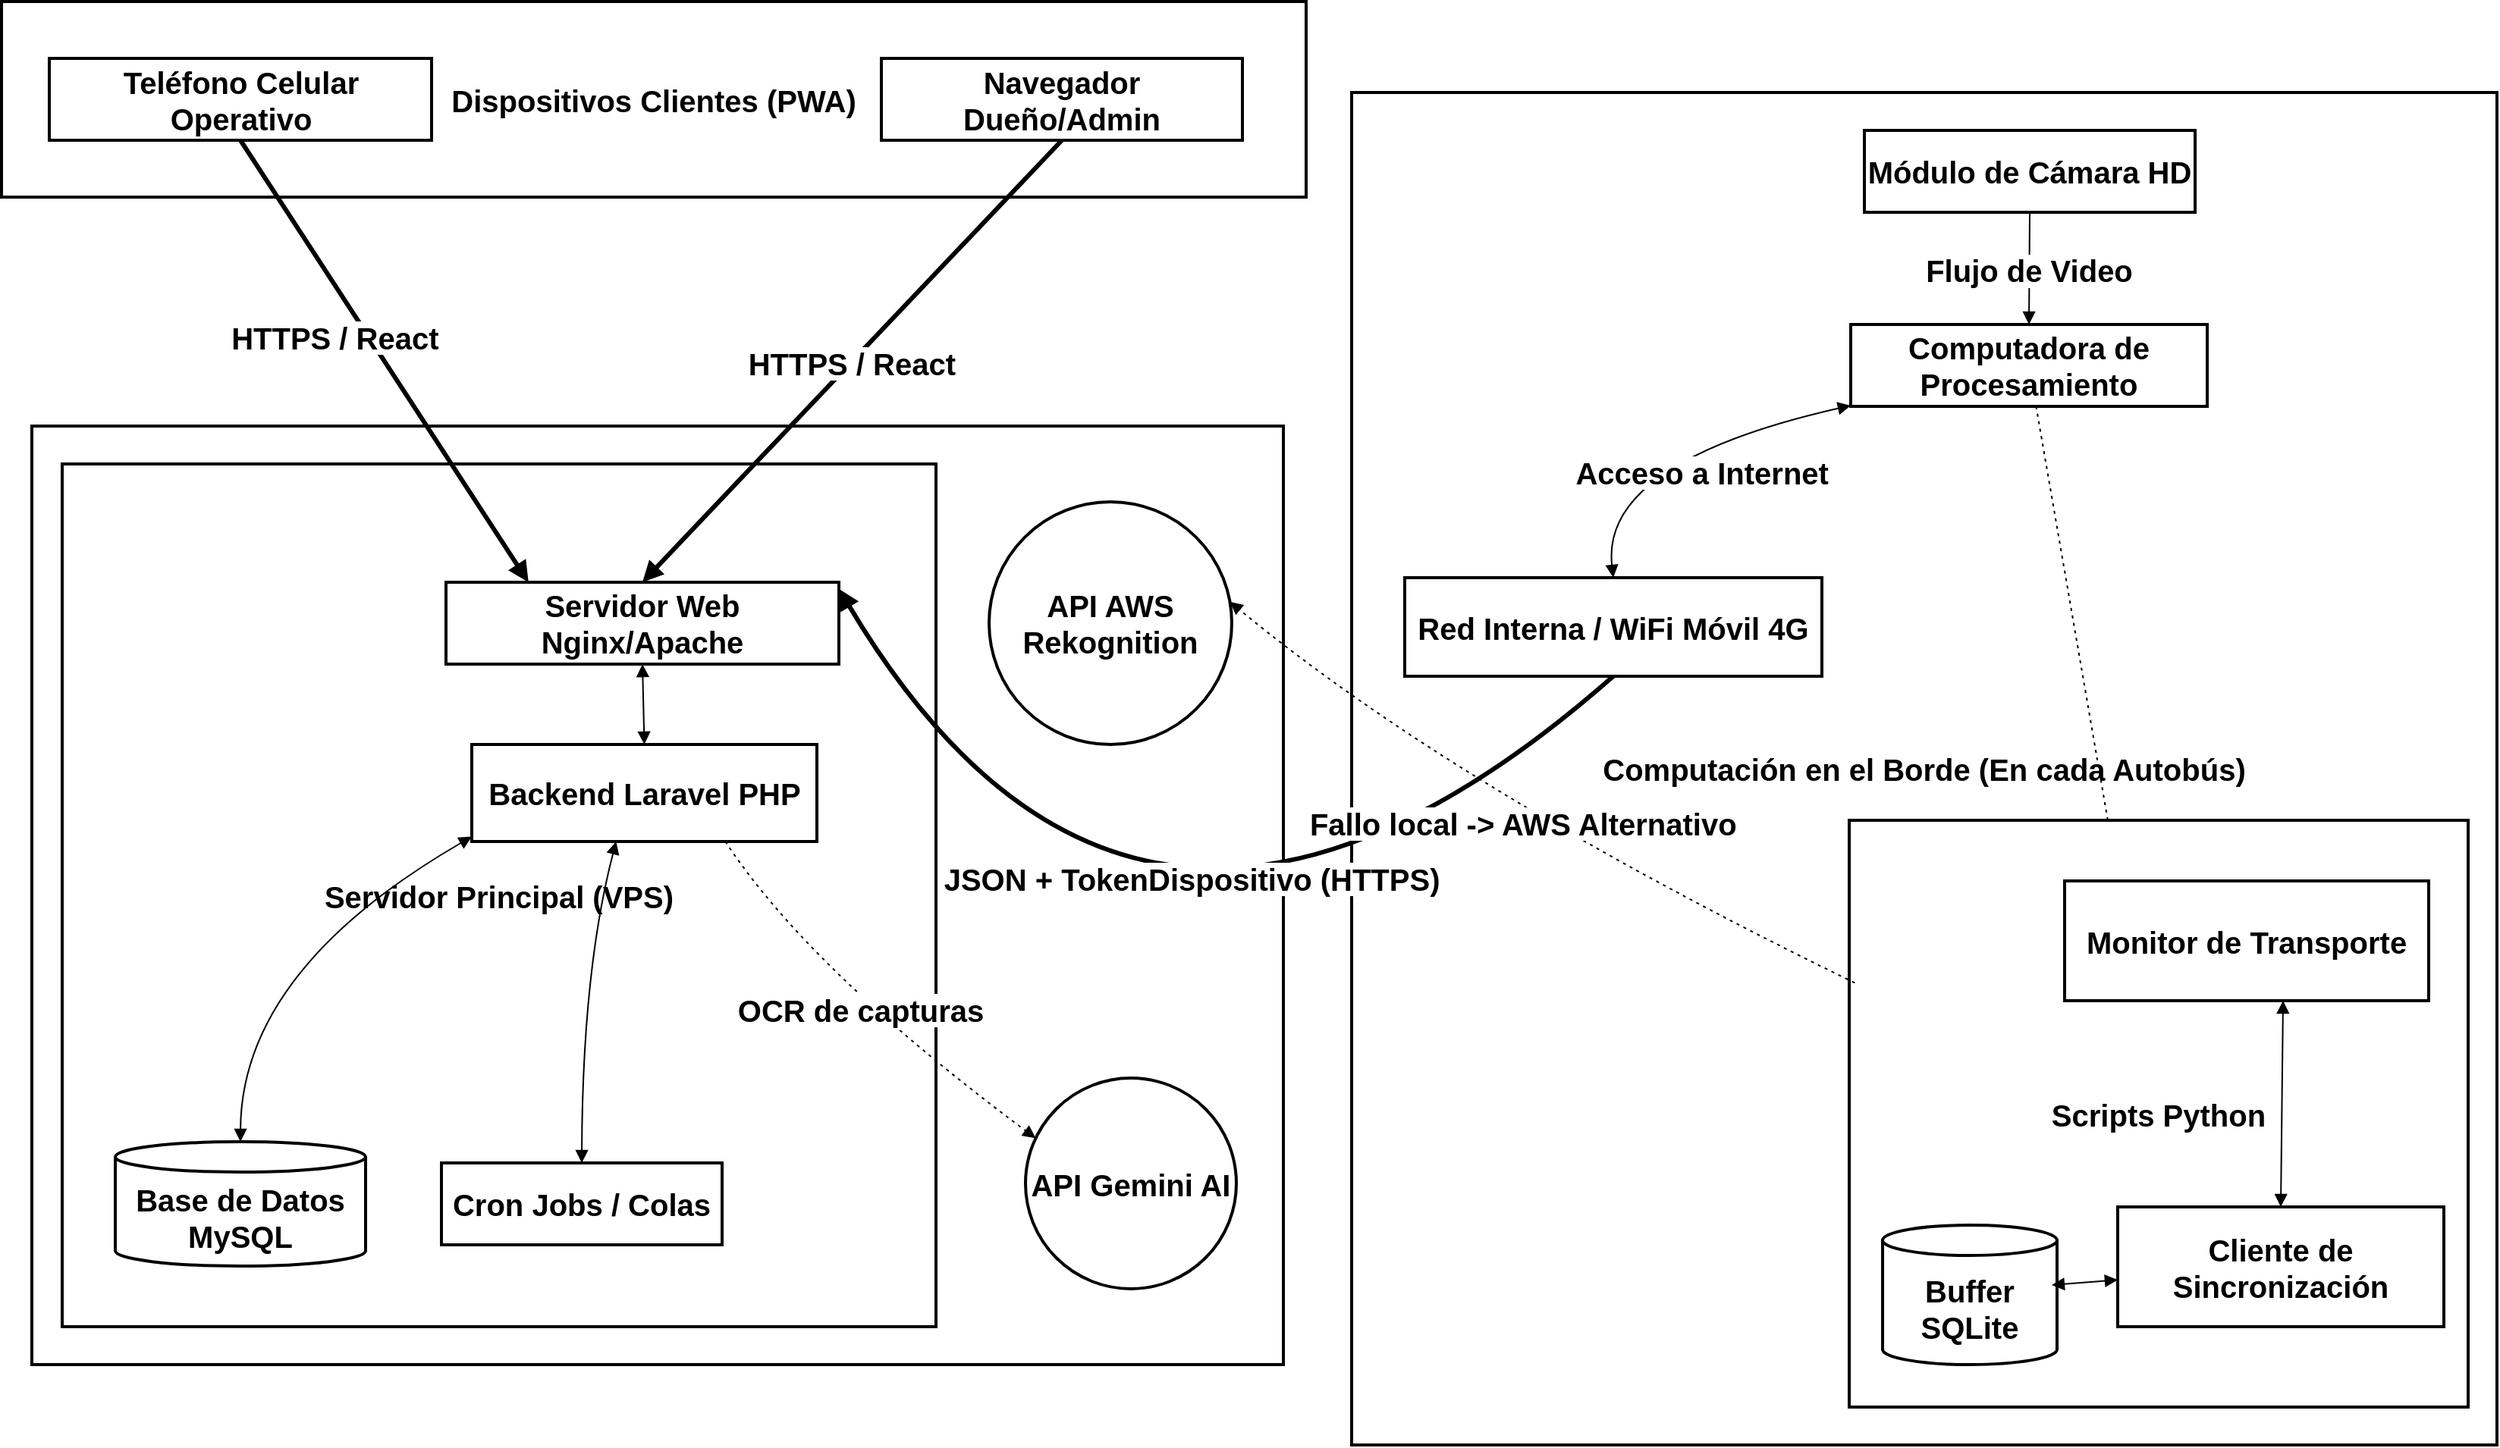
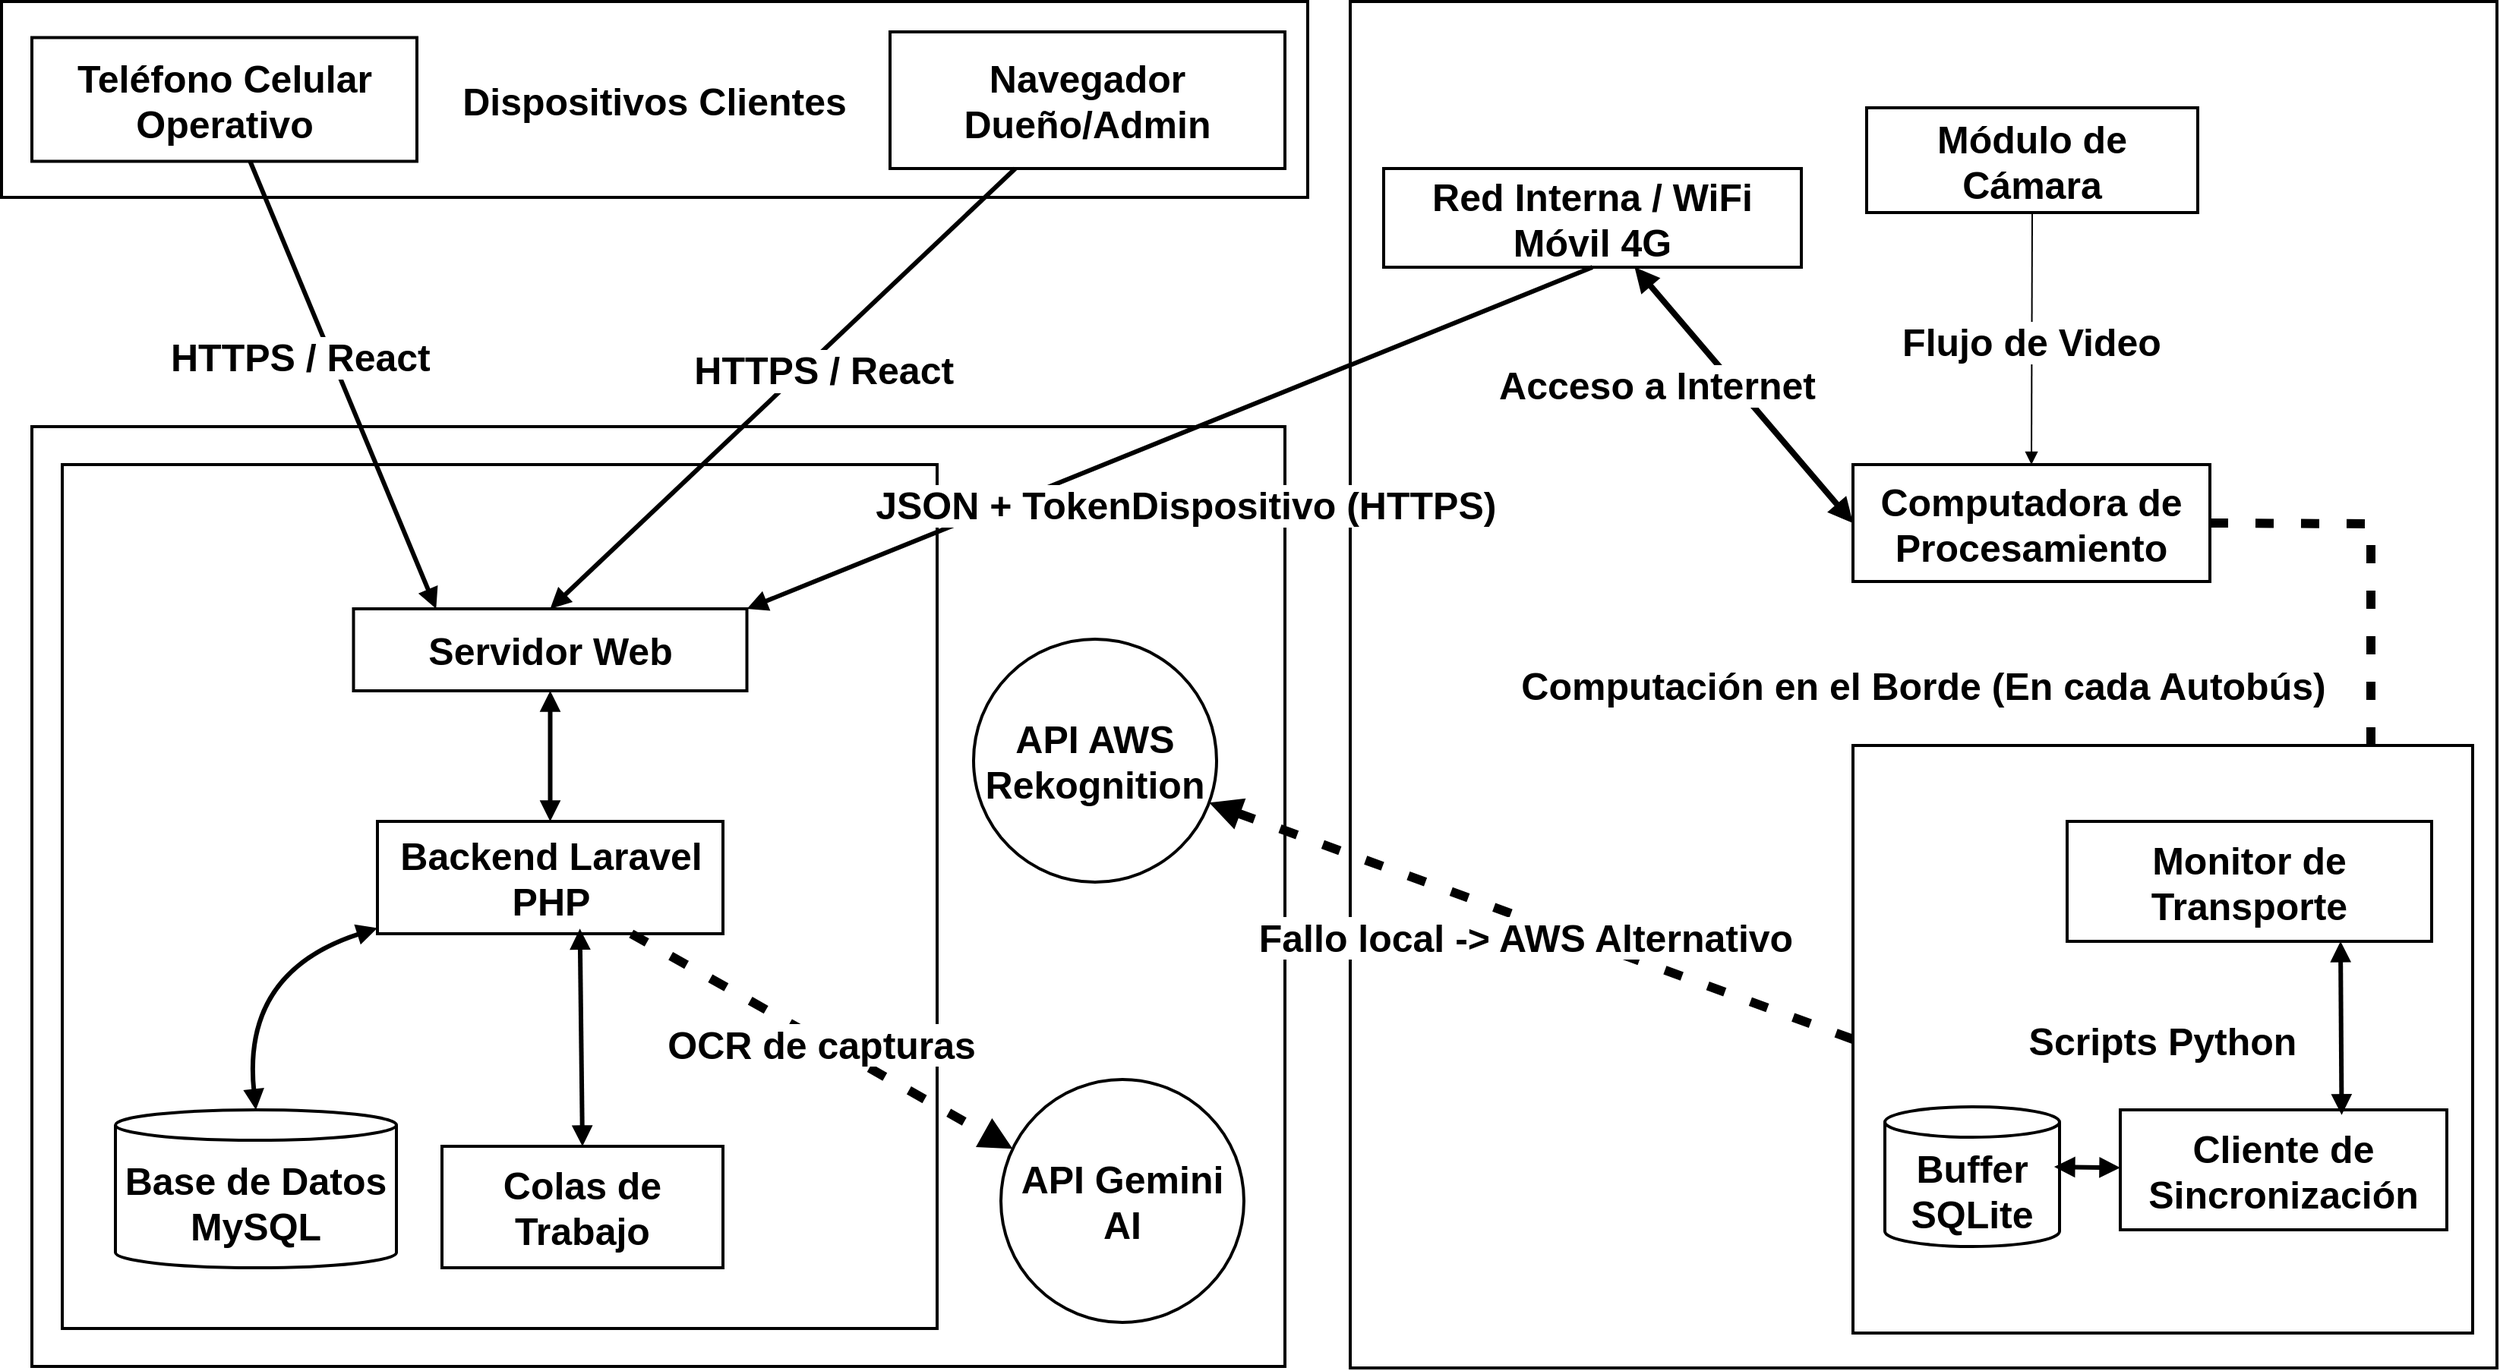
- <mxfile host="Electron" agent="Mozilla/5.0 (Windows NT 10.0; Win64; x64) AppleWebKit/537.36 (KHTML, like Gecko) draw.io/29.6.1 Chrome/142.0.7444.265 Electron/39.8.0 Safari/537.36" version="29.6.1">
+ <mxfile host="Electron" agent="Mozilla/5.0 (Windows NT 10.0; Win64; x64) AppleWebKit/537.36 (KHTML, like Gecko) draw.io/29.6.1 Chrome/142.0.7444.265 Electron/39.8.0 Safari/537.36">
  <diagram name="Page-1" id="AmCP1pQCcW21S3lEU5xP">
-     <mxGraphModel dx="2458" dy="1509" grid="1" gridSize="10" guides="1" tooltips="1" connect="1" arrows="1" fold="1" page="1" pageScale="1" pageWidth="850" pageHeight="1100" math="0" shadow="0">
+     <mxGraphModel dx="1683" dy="1017" grid="1" gridSize="10" guides="1" tooltips="1" connect="1" arrows="1" fold="1" page="1" pageScale="1" pageWidth="850" pageHeight="1100" math="0" shadow="0">
      <root>
        <mxCell id="0" />
        <mxCell id="1" parent="0" />
-         <mxCell id="bdEZDOvshe5MqiUXddJk-1" parent="1" style="whiteSpace=wrap;strokeWidth=2;fontSize=20;fontStyle=1" value="Dispositivos Clientes (PWA)" vertex="1">
+         <mxCell id="bdEZDOvshe5MqiUXddJk-1" parent="1" style="whiteSpace=wrap;strokeWidth=2;fontSize=25;fontStyle=1" value="Dispositivos Clientes" vertex="1">
          <mxGeometry height="129" width="860" x="10" y="80" as="geometry" />
        </mxCell>
-         <mxCell id="bdEZDOvshe5MqiUXddJk-2" parent="1" style="whiteSpace=wrap;strokeWidth=2;fontSize=20;fontStyle=1" value="Nube / Infraestructura Central" vertex="1">
+         <mxCell id="bdEZDOvshe5MqiUXddJk-2" parent="1" style="whiteSpace=wrap;strokeWidth=2;fontSize=25;fontStyle=1" value="Nube / Infraestructura Central" vertex="1">
          <mxGeometry height="619" width="825" x="30" y="360" as="geometry" />
        </mxCell>
-         <mxCell id="bdEZDOvshe5MqiUXddJk-3" parent="1" style="whiteSpace=wrap;strokeWidth=2;fontSize=20;fontStyle=1" value="Servidor Principal (VPS)" vertex="1">
+         <mxCell id="bdEZDOvshe5MqiUXddJk-3" parent="1" style="whiteSpace=wrap;strokeWidth=2;fontSize=25;fontStyle=1" value="" vertex="1">
          <mxGeometry height="569" width="576" x="50" y="385" as="geometry" />
        </mxCell>
-         <mxCell id="bdEZDOvshe5MqiUXddJk-4" parent="1" style="whiteSpace=wrap;strokeWidth=2;fontSize=20;fontStyle=1" value="Computación en el Borde (En cada Autobús)" vertex="1">
-           <mxGeometry height="892" width="755" x="900" y="140" as="geometry" />
+         <mxCell id="bdEZDOvshe5MqiUXddJk-4" parent="1" style="whiteSpace=wrap;strokeWidth=2;fontSize=25;fontStyle=1" value="Computación en el Borde (En cada Autobús)" vertex="1">
+           <mxGeometry height="900" width="755" x="898" y="80" as="geometry" />
        </mxCell>
-         <mxCell id="bdEZDOvshe5MqiUXddJk-5" parent="1" style="whiteSpace=wrap;strokeWidth=2;fontSize=20;fontStyle=1" value="Scripts Python" vertex="1">
-           <mxGeometry height="387" width="408" x="1228" y="620" as="geometry" />
+         <mxCell id="bdEZDOvshe5MqiUXddJk-5" parent="1" style="whiteSpace=wrap;strokeWidth=2;fontSize=25;fontStyle=1" value="Scripts Python" vertex="1">
+           <mxGeometry height="387" width="408" x="1229" y="570" as="geometry" />
        </mxCell>
-         <mxCell id="bdEZDOvshe5MqiUXddJk-6" parent="1" style="whiteSpace=wrap;strokeWidth=2;fontSize=20;fontStyle=1" value="Computadora de Procesamiento" vertex="1">
-           <mxGeometry height="54" width="235" x="1229" y="293" as="geometry" />
+         <mxCell id="bdEZDOvshe5MqiUXddJk-6" parent="1" style="whiteSpace=wrap;strokeWidth=2;fontSize=25;fontStyle=1" value="Computadora de Procesamiento" vertex="1">
+           <mxGeometry height="77" width="235" x="1229" y="385" as="geometry" />
        </mxCell>
-         <mxCell id="bdEZDOvshe5MqiUXddJk-7" parent="1" style="whiteSpace=wrap;strokeWidth=2;fontSize=20;fontStyle=1" value="Módulo de Cámara HD" vertex="1">
-           <mxGeometry height="54" width="218" x="1238" y="165" as="geometry" />
+         <mxCell id="bdEZDOvshe5MqiUXddJk-7" parent="1" style="whiteSpace=wrap;strokeWidth=2;fontSize=25;fontStyle=1" value="Módulo de Cámara" vertex="1">
+           <mxGeometry height="69" width="218" x="1238" y="150" as="geometry" />
        </mxCell>
-         <mxCell id="bdEZDOvshe5MqiUXddJk-8" parent="1" style="whiteSpace=wrap;strokeWidth=2;fontSize=20;fontStyle=1" value="Red Interna / WiFi Móvil 4G" vertex="1">
-           <mxGeometry height="65" width="275" x="935" y="460" as="geometry" />
+         <mxCell id="bdEZDOvshe5MqiUXddJk-8" parent="1" style="whiteSpace=wrap;strokeWidth=2;fontSize=25;fontStyle=1" value="Red Interna / WiFi Móvil 4G" vertex="1">
+           <mxGeometry height="65" width="275" x="920" y="190" as="geometry" />
        </mxCell>
-         <mxCell id="bdEZDOvshe5MqiUXddJk-9" parent="1" style="whiteSpace=wrap;strokeWidth=2;fontSize=20;fontStyle=1" value="Monitor de Transporte" vertex="1">
-           <mxGeometry height="79" width="240" x="1370" y="660" as="geometry" />
+         <mxCell id="bdEZDOvshe5MqiUXddJk-9" parent="1" style="whiteSpace=wrap;strokeWidth=2;fontSize=25;fontStyle=1" value="Monitor de Transporte" vertex="1">
+           <mxGeometry height="79" width="240" x="1370" y="620" as="geometry" />
        </mxCell>
-         <mxCell id="bdEZDOvshe5MqiUXddJk-10" parent="1" style="whiteSpace=wrap;strokeWidth=2;fontSize=20;fontStyle=1" value="Cliente de Sincronización" vertex="1">
-           <mxGeometry height="79" width="215" x="1405" y="875" as="geometry" />
+         <mxCell id="bdEZDOvshe5MqiUXddJk-10" parent="1" style="whiteSpace=wrap;strokeWidth=2;fontSize=25;fontStyle=1" value="Cliente de Sincronización" vertex="1">
+           <mxGeometry height="79" width="215" x="1405" y="810" as="geometry" />
        </mxCell>
-         <mxCell id="bdEZDOvshe5MqiUXddJk-11" parent="1" style="shape=cylinder3;boundedLbl=1;backgroundOutline=1;size=10;strokeWidth=2;whiteSpace=wrap;fontSize=20;fontStyle=1" value="Buffer SQLite" vertex="1">
-           <mxGeometry height="92" width="115" x="1250" y="887" as="geometry" />
+         <mxCell id="bdEZDOvshe5MqiUXddJk-11" parent="1" style="shape=cylinder3;boundedLbl=1;backgroundOutline=1;size=10;strokeWidth=2;whiteSpace=wrap;fontSize=25;fontStyle=1" value="Buffer SQLite" vertex="1">
+           <mxGeometry height="92" width="115" x="1250" y="808" as="geometry" />
        </mxCell>
-         <mxCell id="bdEZDOvshe5MqiUXddJk-12" parent="1" style="whiteSpace=wrap;strokeWidth=2;fontSize=20;fontStyle=1" value="Servidor Web Nginx/Apache" vertex="1">
-           <mxGeometry height="54" width="259" x="303" y="463" as="geometry" />
+         <mxCell id="bdEZDOvshe5MqiUXddJk-12" parent="1" style="whiteSpace=wrap;strokeWidth=2;fontSize=25;fontStyle=1" value="Servidor Web" vertex="1">
+           <mxGeometry height="54" width="259" x="241.75" y="480" as="geometry" />
        </mxCell>
-         <mxCell id="bdEZDOvshe5MqiUXddJk-13" parent="1" style="whiteSpace=wrap;strokeWidth=2;fontSize=20;fontStyle=1" value="Backend Laravel PHP" vertex="1">
-           <mxGeometry height="64" width="227.5" x="320" y="570" as="geometry" />
+         <mxCell id="bdEZDOvshe5MqiUXddJk-13" parent="1" style="whiteSpace=wrap;strokeWidth=2;fontSize=25;fontStyle=1" value="Backend Laravel PHP" vertex="1">
+           <mxGeometry height="74" width="227.5" x="257.5" y="620" as="geometry" />
        </mxCell>
-         <mxCell id="bdEZDOvshe5MqiUXddJk-14" parent="1" style="shape=cylinder3;boundedLbl=1;backgroundOutline=1;size=10;strokeWidth=2;whiteSpace=wrap;fontSize=20;fontStyle=1" value="Base de Datos MySQL" vertex="1">
-           <mxGeometry height="82" width="165" x="85" y="832" as="geometry" />
+         <mxCell id="bdEZDOvshe5MqiUXddJk-14" parent="1" style="shape=cylinder3;boundedLbl=1;backgroundOutline=1;size=10;strokeWidth=2;whiteSpace=wrap;fontSize=25;fontStyle=1" value="Base de Datos MySQL" vertex="1">
+           <mxGeometry height="104" width="185" x="85" y="810" as="geometry" />
        </mxCell>
-         <mxCell id="bdEZDOvshe5MqiUXddJk-15" parent="1" style="whiteSpace=wrap;strokeWidth=2;fontSize=20;fontStyle=1" value="Cron Jobs / Colas" vertex="1">
-           <mxGeometry height="54" width="185" x="300" y="846" as="geometry" />
+         <mxCell id="bdEZDOvshe5MqiUXddJk-15" parent="1" style="whiteSpace=wrap;strokeWidth=2;fontSize=25;fontStyle=1" value="Colas de Trabajo" vertex="1">
+           <mxGeometry height="80" width="185" x="300" y="834" as="geometry" />
        </mxCell>
-         <mxCell id="bdEZDOvshe5MqiUXddJk-16" parent="1" style="ellipse;aspect=fixed;strokeWidth=2;whiteSpace=wrap;fontSize=20;fontStyle=1" value="API Gemini AI" vertex="1">
-           <mxGeometry height="139" width="139" x="685" y="790" as="geometry" />
+         <mxCell id="bdEZDOvshe5MqiUXddJk-16" parent="1" style="ellipse;aspect=fixed;strokeWidth=2;whiteSpace=wrap;fontSize=25;fontStyle=1" value="API Gemini AI" vertex="1">
+           <mxGeometry height="160" width="160" x="668" y="790" as="geometry" />
        </mxCell>
-         <mxCell id="bdEZDOvshe5MqiUXddJk-17" parent="1" style="ellipse;aspect=fixed;strokeWidth=2;whiteSpace=wrap;fontSize=20;fontStyle=1" value="API AWS Rekognition" vertex="1">
-           <mxGeometry height="160" width="160" x="661" y="410" as="geometry" />
+         <mxCell id="bdEZDOvshe5MqiUXddJk-17" parent="1" style="ellipse;aspect=fixed;strokeWidth=2;whiteSpace=wrap;fontSize=25;fontStyle=1" value="API AWS Rekognition" vertex="1">
+           <mxGeometry height="160" width="160" x="650" y="500" as="geometry" />
        </mxCell>
-         <mxCell id="bdEZDOvshe5MqiUXddJk-18" parent="1" style="whiteSpace=wrap;strokeWidth=2;fontSize=20;fontStyle=1" value="Teléfono Celular Operativo" vertex="1">
-           <mxGeometry height="54" width="252" x="41.5" y="117.5" as="geometry" />
+         <mxCell id="bdEZDOvshe5MqiUXddJk-18" parent="1" style="whiteSpace=wrap;strokeWidth=2;fontSize=25;fontStyle=1" value="Teléfono Celular Operativo" vertex="1">
+           <mxGeometry height="81.5" width="253.5" x="30" y="103.75" as="geometry" />
        </mxCell>
-         <mxCell id="bdEZDOvshe5MqiUXddJk-19" parent="1" style="whiteSpace=wrap;strokeWidth=2;fontSize=20;fontStyle=1" value="Navegador Dueño/Admin" vertex="1">
-           <mxGeometry height="54" width="238" x="590" y="117.5" as="geometry" />
+         <mxCell id="bdEZDOvshe5MqiUXddJk-19" parent="1" style="whiteSpace=wrap;strokeWidth=2;fontSize=25;fontStyle=1" value="Navegador Dueño/Admin" vertex="1">
+           <mxGeometry height="90" width="260" x="595" y="100" as="geometry" />
        </mxCell>
-         <mxCell id="bdEZDOvshe5MqiUXddJk-20" edge="1" parent="1" source="bdEZDOvshe5MqiUXddJk-7" style="curved=1;startArrow=none;endArrow=block;exitX=0.5;exitY=1;entryX=0.5;entryY=0;rounded=0;fontSize=20;fontStyle=1" target="bdEZDOvshe5MqiUXddJk-6" value="Flujo de Video">
+         <mxCell id="bdEZDOvshe5MqiUXddJk-20" edge="1" parent="1" source="bdEZDOvshe5MqiUXddJk-7" style="curved=1;startArrow=none;endArrow=block;exitX=0.5;exitY=1;entryX=0.5;entryY=0;rounded=0;fontSize=25;fontStyle=1" target="bdEZDOvshe5MqiUXddJk-6" value="Flujo de Video">
          <mxGeometry relative="1" as="geometry">
            <Array as="points" />
          </mxGeometry>
        </mxCell>
-         <mxCell id="bdEZDOvshe5MqiUXddJk-21" edge="1" parent="1" source="bdEZDOvshe5MqiUXddJk-6" style="curved=1;startArrow=block;endArrow=block;exitX=0;exitY=0.99;entryX=0.5;entryY=0;rounded=0;fontSize=20;fontStyle=1" target="bdEZDOvshe5MqiUXddJk-8" value="Acceso a Internet">
-           <mxGeometry relative="1" x="-0.1356" y="20" as="geometry">
-             <mxPoint x="1" as="offset" />
-             <Array as="points">
-               <mxPoint x="1064" y="384" />
-             </Array>
-           </mxGeometry>
-         </mxCell>
-         <mxCell id="bdEZDOvshe5MqiUXddJk-22" edge="1" parent="1" source="bdEZDOvshe5MqiUXddJk-9" style="curved=1;startArrow=block;endArrow=block;exitX=0.6;exitY=1;entryX=0.5;entryY=0;rounded=0;fontSize=20;fontStyle=1" target="bdEZDOvshe5MqiUXddJk-10" value="">
-           <mxGeometry relative="1" as="geometry">
+         <mxCell id="bdEZDOvshe5MqiUXddJk-21" edge="1" parent="1" source="bdEZDOvshe5MqiUXddJk-6" style="curved=1;startArrow=block;endArrow=block;exitX=0;exitY=0.5;rounded=0;fontSize=25;fontStyle=1;strokeWidth=4;exitDx=0;exitDy=0;" target="bdEZDOvshe5MqiUXddJk-8" value="Acceso a Internet">
+           <mxGeometry relative="1" x="0.3983" y="37" as="geometry">
+             <mxPoint y="1" as="offset" />
            <Array as="points" />
          </mxGeometry>
        </mxCell>
-         <mxCell id="bdEZDOvshe5MqiUXddJk-23" edge="1" parent="1" source="bdEZDOvshe5MqiUXddJk-10" style="curved=1;startArrow=block;endArrow=block;entryX=0.969;entryY=0.43;rounded=0;fontSize=20;fontStyle=1;entryDx=0;entryDy=0;entryPerimeter=0;" target="bdEZDOvshe5MqiUXddJk-11" value="">
+         <mxCell id="bdEZDOvshe5MqiUXddJk-22" edge="1" parent="1" source="bdEZDOvshe5MqiUXddJk-9" style="curved=1;startArrow=block;endArrow=block;exitX=0.75;exitY=1;rounded=0;fontSize=25;fontStyle=1;strokeWidth=3;exitDx=0;exitDy=0;entryX=0.678;entryY=0.043;entryDx=0;entryDy=0;entryPerimeter=0;" target="bdEZDOvshe5MqiUXddJk-10" value="">
+           <mxGeometry relative="1" as="geometry">
+             <Array as="points" />
+             <mxPoint x="1550" y="870" as="targetPoint" />
+           </mxGeometry>
+         </mxCell>
+         <mxCell id="bdEZDOvshe5MqiUXddJk-23" edge="1" parent="1" source="bdEZDOvshe5MqiUXddJk-10" style="curved=1;startArrow=block;endArrow=block;entryX=0.969;entryY=0.43;rounded=0;fontSize=25;fontStyle=1;entryDx=0;entryDy=0;entryPerimeter=0;strokeWidth=3;" target="bdEZDOvshe5MqiUXddJk-11" value="">
          <mxGeometry relative="1" as="geometry">
            <Array as="points" />
            <mxPoint x="1410" y="920" as="sourcePoint" />
          </mxGeometry>
        </mxCell>
-         <mxCell id="bdEZDOvshe5MqiUXddJk-24" edge="1" parent="1" source="bdEZDOvshe5MqiUXddJk-12" style="curved=1;startArrow=block;endArrow=block;exitX=0.5;exitY=1;entryX=0.5;entryY=-0.01;rounded=0;fontSize=20;fontStyle=1" target="bdEZDOvshe5MqiUXddJk-13" value="">
+         <mxCell id="bdEZDOvshe5MqiUXddJk-24" edge="1" parent="1" source="bdEZDOvshe5MqiUXddJk-12" style="curved=1;startArrow=block;endArrow=block;exitX=0.5;exitY=1;entryX=0.5;entryY=-0.01;rounded=0;fontSize=25;fontStyle=1;strokeWidth=3;" target="bdEZDOvshe5MqiUXddJk-13" value="">
          <mxGeometry relative="1" as="geometry">
            <Array as="points" />
          </mxGeometry>
        </mxCell>
-         <mxCell id="bdEZDOvshe5MqiUXddJk-25" edge="1" parent="1" source="bdEZDOvshe5MqiUXddJk-13" style="curved=1;startArrow=block;endArrow=block;exitX=0;exitY=0.95;entryX=0.5;entryY=0.01;rounded=0;fontSize=20;fontStyle=1" target="bdEZDOvshe5MqiUXddJk-14" value="">
+         <mxCell id="bdEZDOvshe5MqiUXddJk-25" edge="1" parent="1" source="bdEZDOvshe5MqiUXddJk-13" style="curved=1;startArrow=block;endArrow=block;exitX=0;exitY=0.95;entryX=0.5;entryY=0.01;rounded=0;fontSize=25;fontStyle=1;strokeWidth=3;" target="bdEZDOvshe5MqiUXddJk-14" value="">
          <mxGeometry relative="1" as="geometry">
            <Array as="points">
              <mxPoint x="168" y="719" />
            </Array>
          </mxGeometry>
        </mxCell>
-         <mxCell id="bdEZDOvshe5MqiUXddJk-26" edge="1" parent="1" source="bdEZDOvshe5MqiUXddJk-13" style="curved=1;startArrow=block;endArrow=block;exitX=0.42;exitY=0.99;entryX=0.5;entryY=0.01;rounded=0;fontSize=20;fontStyle=1" target="bdEZDOvshe5MqiUXddJk-15" value="">
+         <mxCell id="bdEZDOvshe5MqiUXddJk-26" edge="1" parent="1" source="bdEZDOvshe5MqiUXddJk-13" style="curved=1;startArrow=block;endArrow=block;exitX=0.586;exitY=0.955;entryX=0.5;entryY=0.01;rounded=0;fontSize=25;fontStyle=1;strokeWidth=3;exitDx=0;exitDy=0;exitPerimeter=0;" target="bdEZDOvshe5MqiUXddJk-15" value="">
          <mxGeometry relative="1" as="geometry">
-             <Array as="points">
-               <mxPoint x="393" y="719" />
-             </Array>
+             <Array as="points" />
          </mxGeometry>
        </mxCell>
-         <mxCell id="bdEZDOvshe5MqiUXddJk-27" edge="1" parent="1" source="bdEZDOvshe5MqiUXddJk-8" style="curved=1;startArrow=none;endArrow=block;strokeWidth=3;exitX=0.5;exitY=1;entryX=1;entryY=0.08;rounded=0;fontSize=20;fontStyle=1" target="bdEZDOvshe5MqiUXddJk-12" value="JSON + TokenDispositivo (HTTPS)">
-           <mxGeometry relative="1" x="-0.2629" y="-84" as="geometry">
+         <mxCell id="bdEZDOvshe5MqiUXddJk-27" edge="1" parent="1" source="bdEZDOvshe5MqiUXddJk-8" style="curved=1;startArrow=none;endArrow=block;strokeWidth=3;entryX=1;entryY=0;rounded=0;fontSize=25;fontStyle=1;entryDx=0;entryDy=0;exitX=0.5;exitY=1;exitDx=0;exitDy=0;" target="bdEZDOvshe5MqiUXddJk-12" value="JSON + TokenDispositivo (HTTPS)">
+           <mxGeometry relative="1" x="0.0195" y="43" as="geometry">
            <mxPoint as="offset" />
-             <Array as="points">
-               <mxPoint x="760" y="800" />
-             </Array>
+             <Array as="points" />
          </mxGeometry>
        </mxCell>
-         <mxCell id="bdEZDOvshe5MqiUXddJk-28" edge="1" parent="1" source="bdEZDOvshe5MqiUXddJk-18" style="curved=1;startArrow=none;endArrow=block;strokeWidth=3;exitX=0.5;exitY=1;entryX=0.21;entryY=0;rounded=0;fontSize=20;fontStyle=1" target="bdEZDOvshe5MqiUXddJk-12" value="HTTPS / React">
+         <mxCell id="bdEZDOvshe5MqiUXddJk-28" edge="1" parent="1" source="bdEZDOvshe5MqiUXddJk-18" style="curved=1;startArrow=none;endArrow=block;strokeWidth=3;entryX=0.21;entryY=0;rounded=0;fontSize=25;fontStyle=1" target="bdEZDOvshe5MqiUXddJk-12" value="HTTPS / React">
          <mxGeometry relative="1" x="-0.1849" y="-18" as="geometry">
            <mxPoint as="offset" />
            <Array as="points" />
          </mxGeometry>
        </mxCell>
-         <mxCell id="bdEZDOvshe5MqiUXddJk-29" edge="1" parent="1" source="bdEZDOvshe5MqiUXddJk-19" style="curved=1;startArrow=none;endArrow=block;strokeWidth=3;exitX=0.5;exitY=1;entryX=0.5;entryY=0;rounded=0;fontSize=20;fontStyle=1" target="bdEZDOvshe5MqiUXddJk-12" value="HTTPS / React">
+         <mxCell id="bdEZDOvshe5MqiUXddJk-29" edge="1" parent="1" source="bdEZDOvshe5MqiUXddJk-19" style="curved=1;startArrow=none;endArrow=block;strokeWidth=3;entryX=0.5;entryY=0;rounded=0;fontSize=25;fontStyle=1" target="bdEZDOvshe5MqiUXddJk-12" value="HTTPS / React">
+           <mxGeometry relative="1" x="-0.1429" y="9" as="geometry">
+             <mxPoint x="-1" as="offset" />
+             <Array as="points" />
+           </mxGeometry>
+         </mxCell>
+         <mxCell id="bdEZDOvshe5MqiUXddJk-30" edge="1" parent="1" source="bdEZDOvshe5MqiUXddJk-13" style="curved=1;dashed=1;dashPattern=2 3;startArrow=none;endArrow=block;exitX=0.73;exitY=0.99;entryX=0;entryY=0.26;rounded=0;fontSize=25;fontStyle=1;strokeWidth=6;" target="bdEZDOvshe5MqiUXddJk-16" value="OCR de capturas">
          <mxGeometry relative="1" as="geometry">
            <Array as="points" />
          </mxGeometry>
        </mxCell>
-         <mxCell id="bdEZDOvshe5MqiUXddJk-30" edge="1" parent="1" source="bdEZDOvshe5MqiUXddJk-13" style="curved=1;dashed=1;dashPattern=2 3;startArrow=none;endArrow=block;exitX=0.73;exitY=0.99;entryX=0;entryY=0.26;rounded=0;fontSize=20;fontStyle=1" target="bdEZDOvshe5MqiUXddJk-16" value="OCR de capturas">
-           <mxGeometry relative="1" as="geometry">
-             <Array as="points">
-               <mxPoint x="543" y="719" />
-             </Array>
-           </mxGeometry>
-         </mxCell>
-         <mxCell id="bdEZDOvshe5MqiUXddJk-31" edge="1" parent="1" source="bdEZDOvshe5MqiUXddJk-5" style="curved=1;dashed=1;dashPattern=2 3;startArrow=none;endArrow=block;entryX=0.99;entryY=0.41;rounded=0;fontSize=20;fontStyle=1;exitX=0.009;exitY=0.277;exitDx=0;exitDy=0;exitPerimeter=0;" target="bdEZDOvshe5MqiUXddJk-17" value="Fallo local -&gt; AWS Alternativo">
-           <mxGeometry relative="1" as="geometry">
-             <Array as="points">
-               <mxPoint x="970" y="600" />
-             </Array>
+         <mxCell id="bdEZDOvshe5MqiUXddJk-31" edge="1" parent="1" source="bdEZDOvshe5MqiUXddJk-5" style="curved=1;dashed=1;dashPattern=2 3;startArrow=none;endArrow=block;rounded=0;fontSize=25;fontStyle=1;exitX=0;exitY=0.5;exitDx=0;exitDy=0;strokeWidth=6;" target="bdEZDOvshe5MqiUXddJk-17" value="Fallo local -&gt; AWS Alternativo">
+           <mxGeometry relative="1" x="-0.0045" y="9" as="geometry">
+             <mxPoint x="-1" as="offset" />
+             <Array as="points" />
            <mxPoint x="1331" y="479" as="sourcePoint" />
          </mxGeometry>
        </mxCell>
-         <mxCell id="bdEZDOvshe5MqiUXddJk-32" edge="1" parent="1" source="bdEZDOvshe5MqiUXddJk-6" style="curved=1;dashed=1;dashPattern=2 3;startArrow=none;endArrow=none;rounded=0;fontSize=20;fontStyle=1" target="bdEZDOvshe5MqiUXddJk-5" value="">
+         <mxCell id="bdEZDOvshe5MqiUXddJk-32" edge="1" parent="1" source="bdEZDOvshe5MqiUXddJk-6" style="curved=0;dashed=1;dashPattern=2 3;startArrow=none;endArrow=none;rounded=0;fontSize=25;fontStyle=1;strokeWidth=6;exitX=1;exitY=0.5;exitDx=0;exitDy=0;" value="">
          <mxGeometry relative="1" as="geometry">
-             <Array as="points" />
+             <Array as="points">
+               <mxPoint x="1570" y="424" />
+             </Array>
+             <mxPoint x="1570" y="570" as="targetPoint" />
          </mxGeometry>
        </mxCell>
      </root>
    </mxGraphModel>
  </diagram>
</mxfile>
